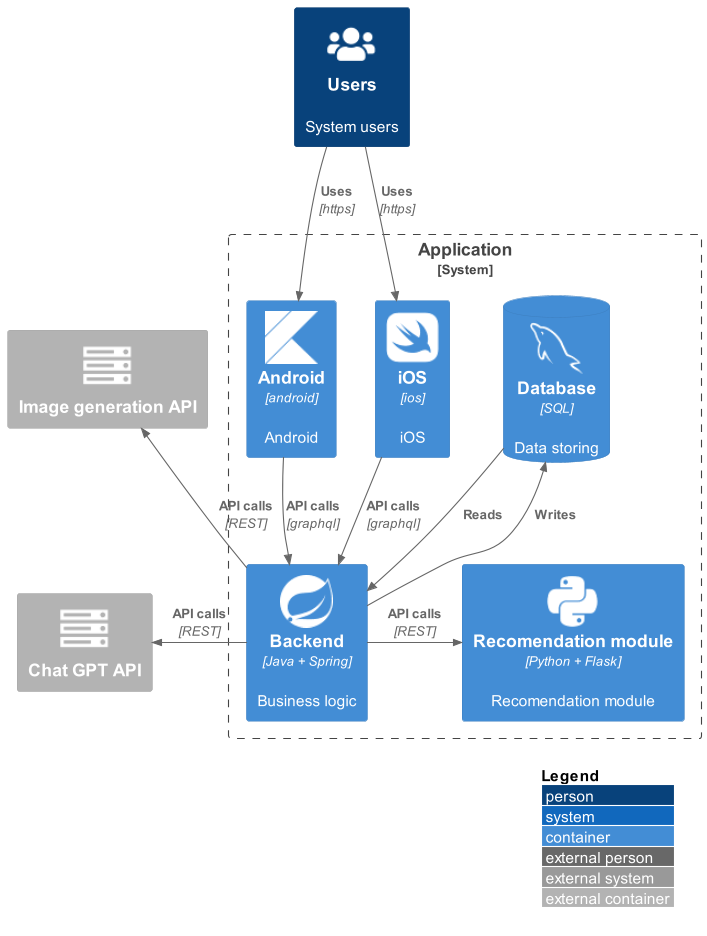
Before: media/containerDiagram.png, a diagram exported from PlantUML (kambed/FoodzillaArchitecture).
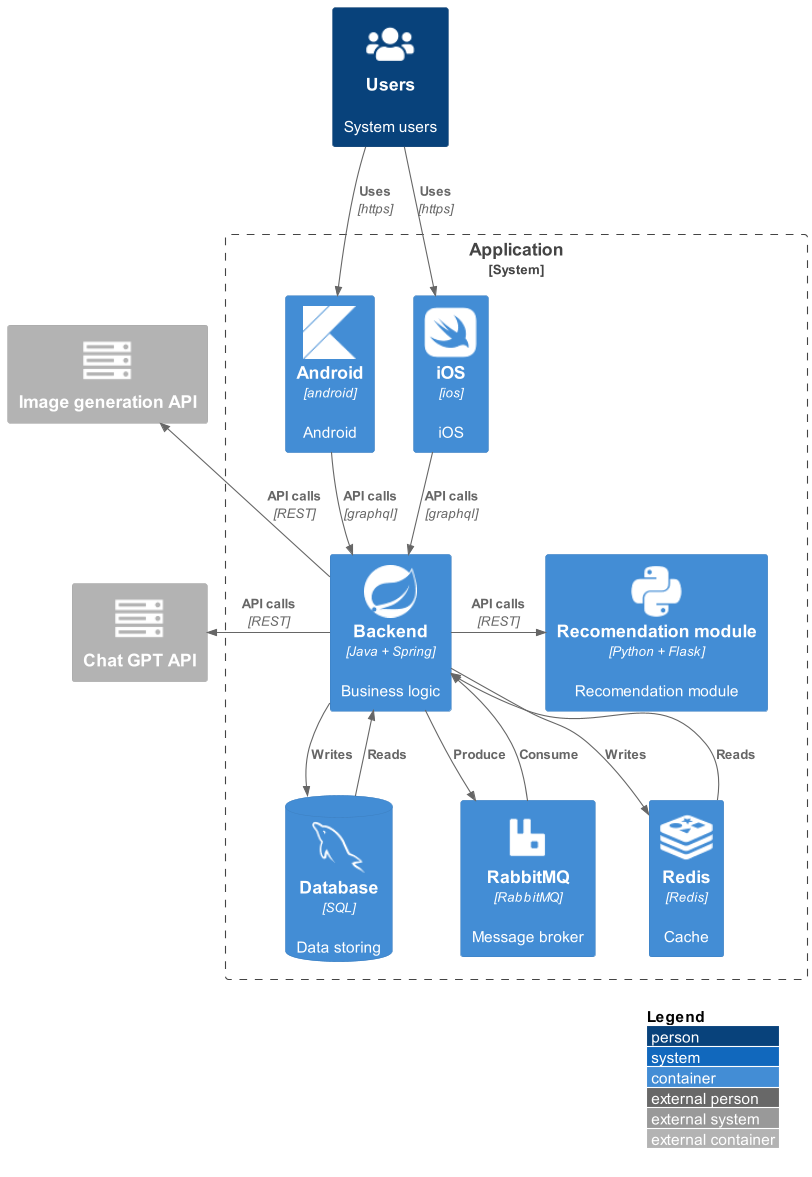
The same file after the commit.

The edit, as a diff of the source:
```diff
@@ -4,11 +4,13 @@
 !define DEVICONS2 https://raw.githubusercontent.com/tupadr3/plantuml-icon-font-sprites/master/devicons2
 !define FONTAWESOME https://raw.githubusercontent.com/tupadr3/plantuml-icon-font-sprites/master/font-awesome-5
 !define ICONURL https://raw.githubusercontent.com/tupadr3/plantuml-icon-font-sprites/v2.4.0
+!include media/rabbitmq.puml
 !include DEVICONS2/spring.puml
 !include DEVICONS2/mysql.puml
 !include DEVICONS2/kotlin.puml
 !include DEVICONS2/swift.puml
 !include DEVICONS2/python.puml
+!include DEVICONS2/redis.puml
 !include FONTAWESOME/users.puml
 !includeurl ICONURL/font-awesome/server.puml
 
@@ -22,6 +24,8 @@
     Container(backend, "Backend", "Java + Spring", "Business logic", $sprite="spring")
     ContainerDb(db, "Database", "SQL", "Data storing", $sprite="mysql")
     Container(recomendationApi, "Recomendation module", "Python + Flask", "Recomendation module", $sprite="python")
+    Container(rabbitmq, "RabbitMQ", "RabbitMQ", "Message broker", $sprite="rabbitmq")
+    Container(redis, "Redis", "Redis", "Cache", $sprite="redis")
 }
 
 Container_Ext(imageGenerationApi, "Image generation API", $sprite="server")
@@ -29,11 +33,20 @@
 
 Rel(user, android, "Uses", "https")
 Rel(user, iOS, "Uses", "https")
+
 Rel(android, backend, "API calls", "graphql")
 Rel(iOS, backend, "API calls", "graphql")
-Rel_R(db, backend, "Reads")
-Rel(backend, db, "Writes")
+
+Rel_D(db, backend, "Reads")
+Rel_D(backend, db, "Writes")
+
 Rel_R(backend, recomendationApi, "API calls", "REST")
+
+Rel_D(backend, rabbitmq, "Produce")
+Rel_D(rabbitmq, backend, "Consume")
+
+Rel_D(redis, backend, "Reads")
+Rel_D(backend, redis, "Writes")
 
 Rel_U(backend, imageGenerationApi, "API calls", "REST")
 Rel_L(backend, chatGptApi, "API calls", "REST")
```
